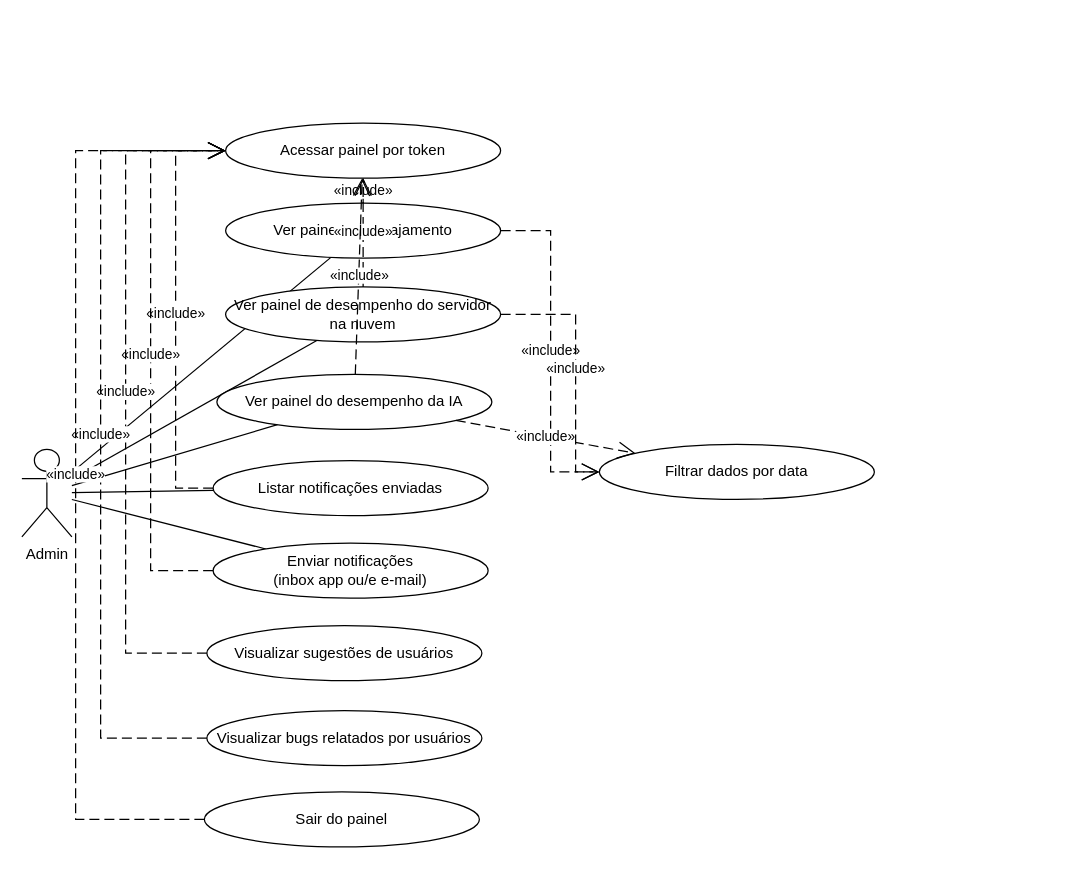
The draw.io diagram page "Operador Beta" (3 of 4) of frontend/CasosDeUso.drawio in israelhub/JacalorIA-CONTADOR-DE-CALORIAS, before the edit. Source tidied: cells renumbered, new cells numbered last; positions are measured from the earlier drawing's top-left corner, leaving out a move shared by most shapes. Both pictures are drawn from the tidied source at 125%, with x=0, y=0 at pixel (21, 122).
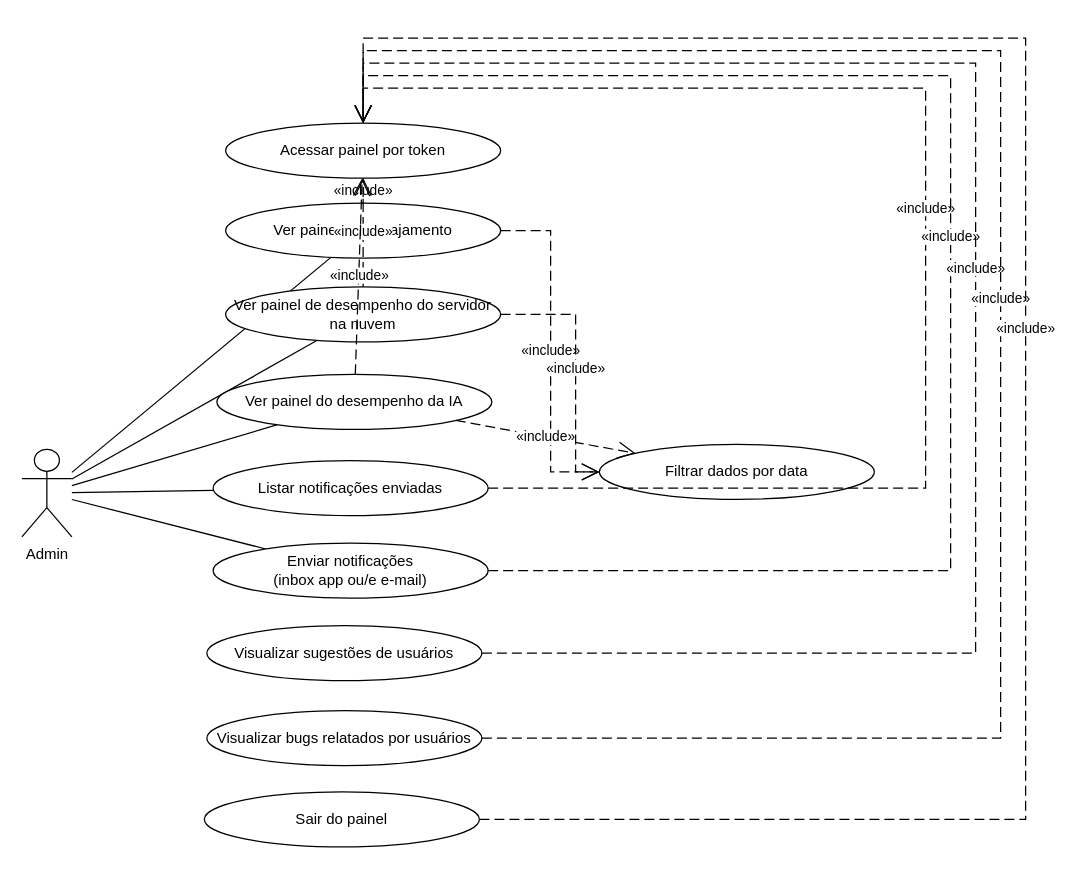
After the change.

Commit message:
Ajustar waypoints dos «include» do Operador Beta

Roteia includes de ações do painel para "Acessar painel por token"
pela direita, evitando cruzar o ator Admin.

The change refers to these unchanged cells:
```xml
<mxCell id="11" value="Enviar notificações&lt;br&gt;(inbox app ou/e e-mail)" style="ellipse;whiteSpace=wrap;html=1;" parent="1" vertex="1">
  <mxGeometry x="153" y="336" width="220" height="44" as="geometry" />
</mxCell>
<mxCell id="12" value="Listar notificações enviadas" style="ellipse;whiteSpace=wrap;html=1;" parent="1" vertex="1">
  <mxGeometry x="153" y="270" width="220" height="44" as="geometry" />
</mxCell>
<mxCell id="13" value="Acessar painel por token" style="ellipse;whiteSpace=wrap;html=1;" parent="1" vertex="1">
  <mxGeometry x="163" width="220" height="44" as="geometry" />
</mxCell>
<mxCell id="14" value="Visualizar sugestões de usuários" style="ellipse;whiteSpace=wrap;html=1;" parent="1" vertex="1">
  <mxGeometry x="148" y="402" width="220" height="44" as="geometry" />
</mxCell>
<mxCell id="15" value="Visualizar bugs relatados por usuários" style="ellipse;whiteSpace=wrap;html=1;" parent="1" vertex="1">
  <mxGeometry x="148" y="470" width="220" height="44" as="geometry" />
</mxCell>
<mxCell id="16" value="Sair do painel" style="ellipse;whiteSpace=wrap;html=1;" parent="1" vertex="1">
  <mxGeometry x="146" y="535" width="220" height="44" as="geometry" />
</mxCell>
```

Change to the diagram source:
```diff
@@
-    <mxCell id="21" value="«include»" style="endArrow=open;html=1;endSize=12;dashed=1;dashPattern=8 4;rounded=0;" parent="1" edge="1" source="12" target="13">
+    <mxCell id="21" value="«include»" style="endArrow=open;html=1;endSize=12;dashed=1;dashPattern=8 4;rounded=0;edgeStyle=orthogonalEdgeStyle;" parent="1" edge="1" source="12" target="13">
       <mxGeometry relative="1" as="geometry">
         <Array as="points">
-          <mxPoint x="123" y="292" />
-          <mxPoint x="123" y="22" />
+          <mxPoint x="723" y="292" />
+          <mxPoint x="723" y="-28" />
+          <mxPoint x="273" y="-28" />
         </Array>
       </mxGeometry>
     </mxCell>
-    <mxCell id="22" value="«include»" style="endArrow=open;html=1;endSize=12;dashed=1;dashPattern=8 4;rounded=0;" parent="1" edge="1" source="11" target="13">
+    <mxCell id="22" value="«include»" style="endArrow=open;html=1;endSize=12;dashed=1;dashPattern=8 4;rounded=0;edgeStyle=orthogonalEdgeStyle;" parent="1" edge="1" source="11" target="13">
       <mxGeometry relative="1" as="geometry">
         <Array as="points">
-          <mxPoint x="103" y="358" />
-          <mxPoint x="103" y="22" />
+          <mxPoint x="743" y="358" />
+          <mxPoint x="743" y="-38" />
+          <mxPoint x="273" y="-38" />
         </Array>
       </mxGeometry>
     </mxCell>
-    <mxCell id="23" value="«include»" style="endArrow=open;html=1;endSize=12;dashed=1;dashPattern=8 4;rounded=0;" parent="1" edge="1" source="14" target="13">
+    <mxCell id="23" value="«include»" style="endArrow=open;html=1;endSize=12;dashed=1;dashPattern=8 4;rounded=0;edgeStyle=orthogonalEdgeStyle;" parent="1" edge="1" source="14" target="13">
       <mxGeometry relative="1" as="geometry">
         <Array as="points">
-          <mxPoint x="83" y="424" />
-          <mxPoint x="83" y="22" />
+          <mxPoint x="763" y="424" />
+          <mxPoint x="763" y="-48" />
+          <mxPoint x="273" y="-48" />
         </Array>
       </mxGeometry>
     </mxCell>
-    <mxCell id="24" value="«include»" style="endArrow=open;html=1;endSize=12;dashed=1;dashPattern=8 4;rounded=0;" parent="1" edge="1" source="15" target="13">
+    <mxCell id="24" value="«include»" style="endArrow=open;html=1;endSize=12;dashed=1;dashPattern=8 4;rounded=0;edgeStyle=orthogonalEdgeStyle;" parent="1" edge="1" source="15" target="13">
       <mxGeometry relative="1" as="geometry">
         <Array as="points">
-          <mxPoint x="63" y="492" />
-          <mxPoint x="63" y="22" />
+          <mxPoint x="783" y="492" />
+          <mxPoint x="783" y="-58" />
+          <mxPoint x="273" y="-58" />
         </Array>
       </mxGeometry>
     </mxCell>
-    <mxCell id="25" value="«include»" style="endArrow=open;html=1;endSize=12;dashed=1;dashPattern=8 4;rounded=0;" parent="1" edge="1" source="16" target="13">
+    <mxCell id="25" value="«include»" style="endArrow=open;html=1;endSize=12;dashed=1;dashPattern=8 4;rounded=0;edgeStyle=orthogonalEdgeStyle;" parent="1" edge="1" source="16" target="13">
       <mxGeometry relative="1" as="geometry">
         <Array as="points">
-          <mxPoint x="43" y="557" />
-          <mxPoint x="43" y="22" />
+          <mxPoint x="803" y="557" />
+          <mxPoint x="803" y="-68" />
+          <mxPoint x="273" y="-68" />
         </Array>
       </mxGeometry>
     </mxCell>
```
